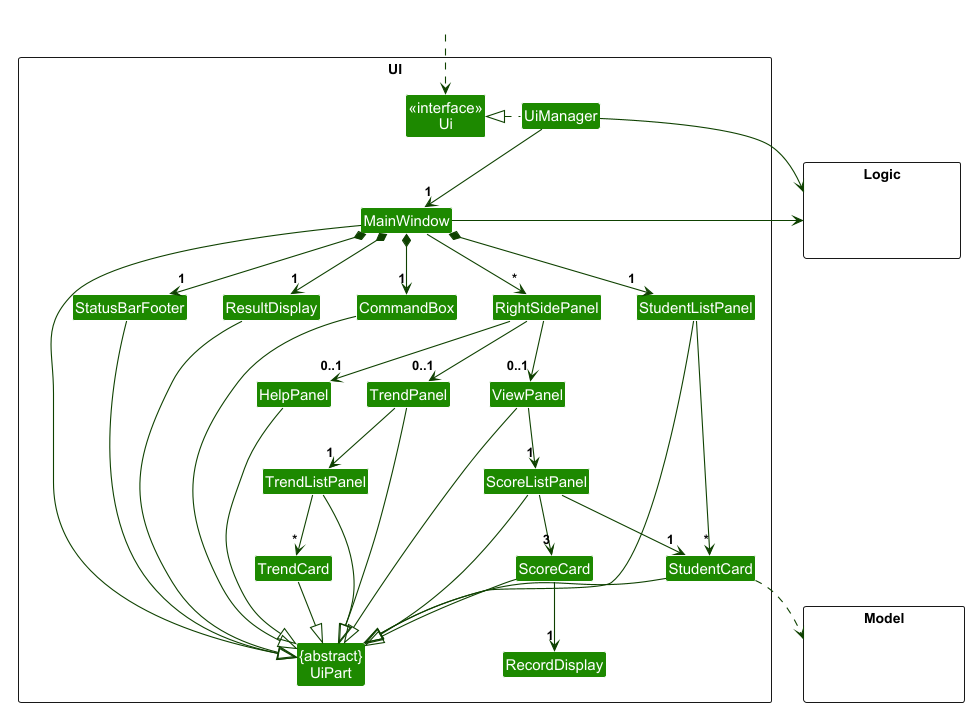
The PlantUML diagram docs/images/UiClassDiagram.png in kailermai/tp, before a commit.
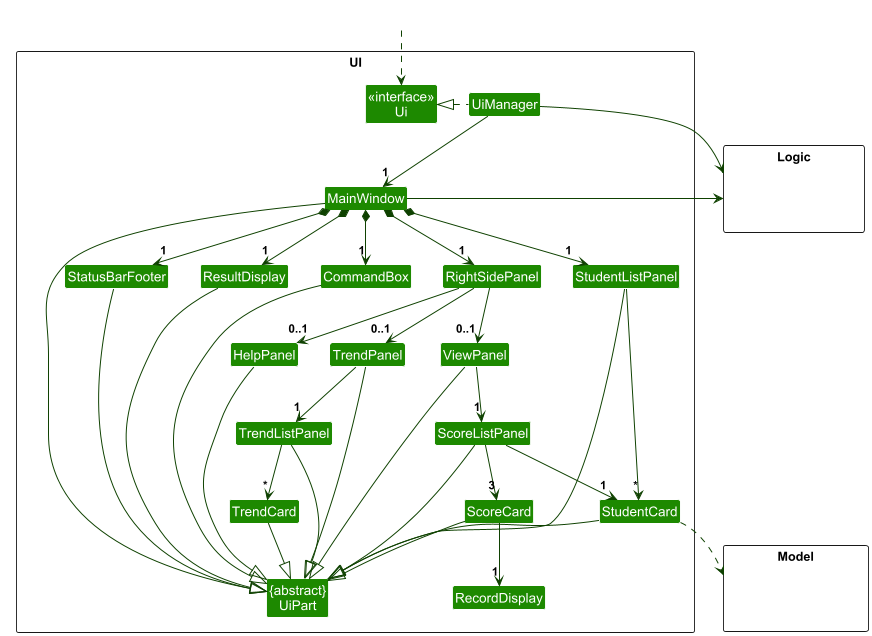
Later version of the same file.

Commit message:
Update UML diagram for RightSidePanel

Diff of the diagram source:
```diff
@@ -42,7 +42,7 @@
 MainWindow *-down-> "1" ResultDisplay
 MainWindow *-down-> "1" StudentListPanel
 MainWindow *-down-> "1" StatusBarFooter
-MainWindow --> "*" RightSidePanel
+MainWindow *-down-> "1" RightSidePanel
 RightSidePanel --> "0..1" HelpPanel
 RightSidePanel --> "0..1" ViewPanel
 RightSidePanel --> "0..1" TrendPanel
```
